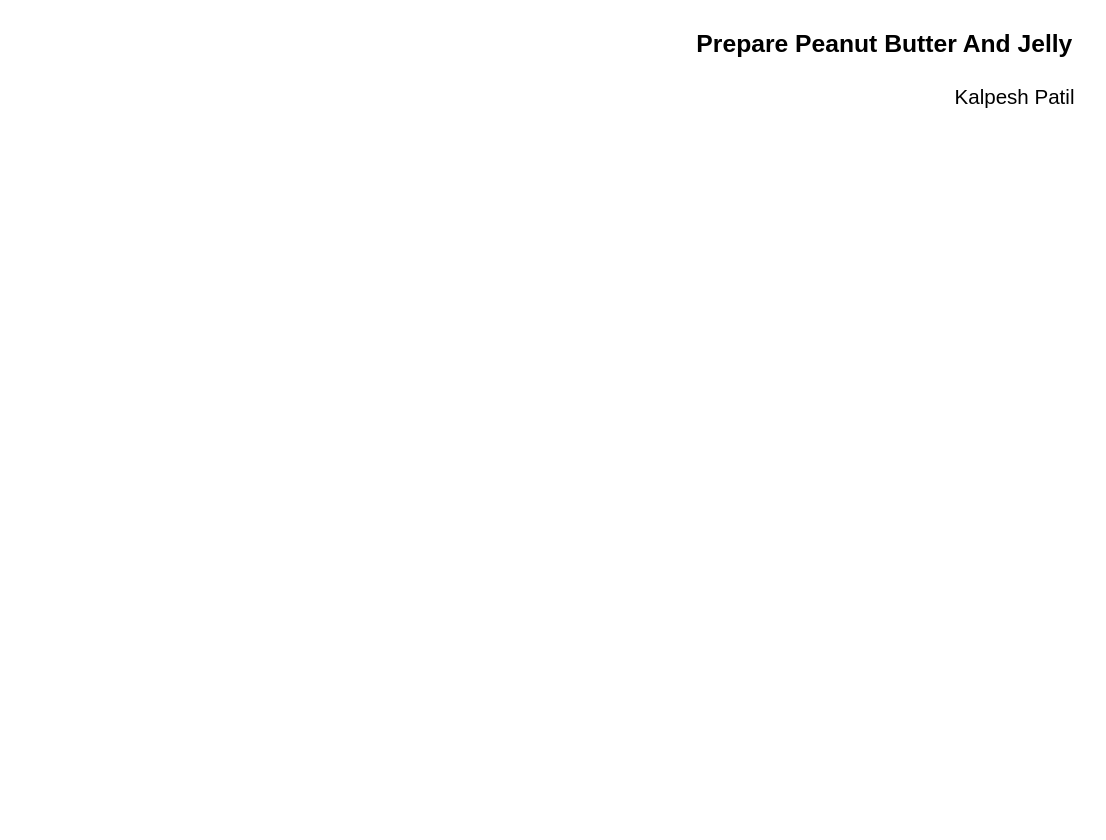
Earlier version of the draw.io diagram BAC1/PeanutCheese.drawio (planetkalpesh/ProcessMapping). Source tidied: cells renumbered, new cells numbered last; positions are measured from the earlier drawing's top-left corner, leaving out a move shared by most shapes. Both pictures are drawn from the tidied source at 137%, with x=0, y=0 at pixel (685, 23).
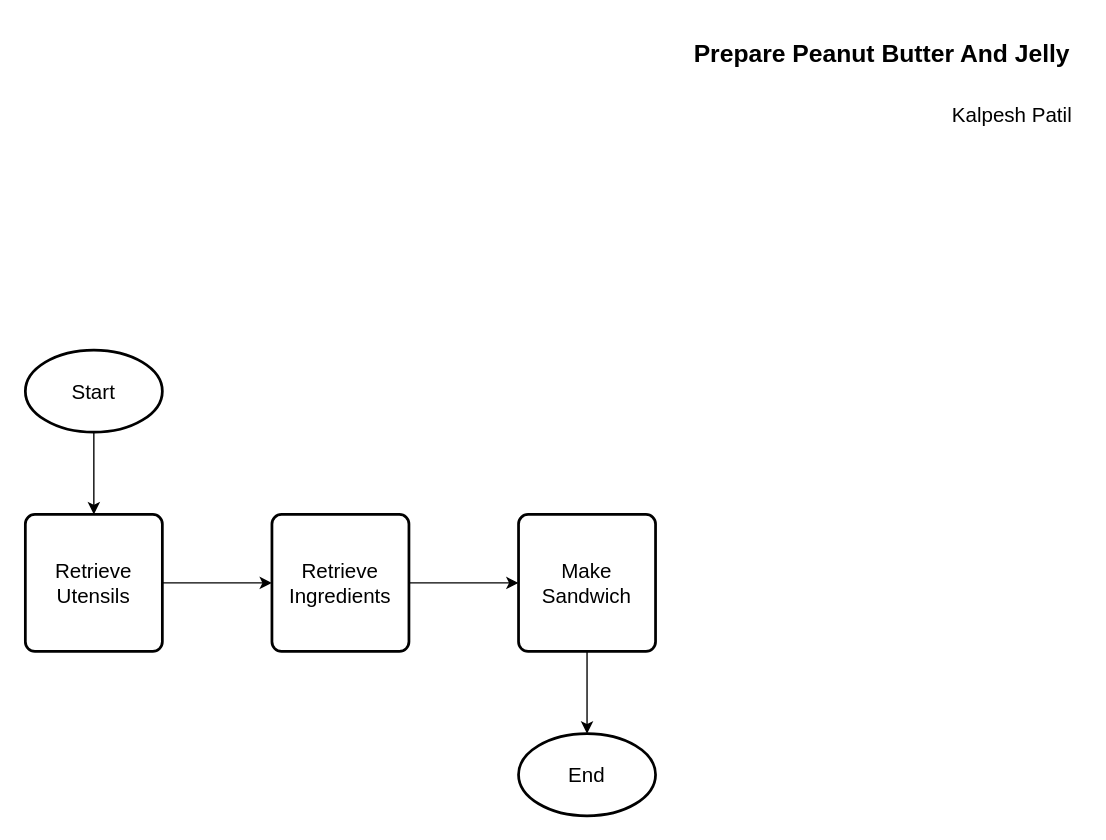
After the change.

The edit, as a diff of the source:
```diff
@@
 <mxGraphModel>
   <root>
     <mxCell id="0" />
     <mxCell id="1" parent="0" />
     <mxCell id="2" value="Prepare Peanut Butter And Jelly" style="text;html=1;align=center;verticalAlign=middle;fontSize=18;fontStyle=1;" parent="1" vertex="1">
-      <mxGeometry width="290" height="30" as="geometry" />
+      <mxGeometry x="-2" y="7" width="290" height="30" as="geometry" />
     </mxCell>
     <mxCell id="3" value="Kalpesh Patil" style="text;html=1;align=center;verticalAlign=middle;fontSize=15;" parent="1" vertex="1">
-      <mxGeometry x="190" y="43" width="100" height="20" as="geometry" />
+      <mxGeometry x="188" y="56" width="100" height="20" as="geometry" />
     </mxCell>
+    <mxCell id="4" style="edgeStyle=orthogonalEdgeStyle;rounded=0;jettySize=auto;html=1;fontSize=15;" parent="1" edge="1" source="5" target="7">
+      <mxGeometry relative="1" as="geometry" />
+    </mxCell>
+    <mxCell id="5" value="Start" style="strokeWidth=2;html=1;shape=mxgraph.flowchart.start_1;whiteSpace=wrap;fontSize=15;" parent="1" vertex="1">
+      <mxGeometry x="-482" y="238" width="100" height="60" as="geometry" />
+    </mxCell>
+    <mxCell id="6" style="edgeStyle=orthogonalEdgeStyle;rounded=0;jettySize=auto;html=1;fontSize=15;" parent="1" edge="1" source="7" target="9">
+      <mxGeometry relative="1" as="geometry" />
+    </mxCell>
+    <mxCell id="7" value="Retrieve Utensils" style="rounded=1;whiteSpace=wrap;html=1;absoluteArcSize=1;arcSize=14;strokeWidth=2;fontSize=15;" parent="1" vertex="1">
+      <mxGeometry x="-482" y="358" width="100" height="100" as="geometry" />
+    </mxCell>
+    <mxCell id="8" style="edgeStyle=orthogonalEdgeStyle;rounded=0;jettySize=auto;html=1;fontSize=15;" parent="1" edge="1" source="9" target="11">
+      <mxGeometry relative="1" as="geometry" />
+    </mxCell>
+    <mxCell id="9" value="Retrieve Ingredients" style="rounded=1;whiteSpace=wrap;html=1;absoluteArcSize=1;arcSize=14;strokeWidth=2;fontSize=15;" parent="1" vertex="1">
+      <mxGeometry x="-302" y="358" width="100" height="100" as="geometry" />
+    </mxCell>
+    <mxCell id="10" style="edgeStyle=orthogonalEdgeStyle;rounded=0;jettySize=auto;html=1;fontSize=15;" parent="1" edge="1" source="11" target="12">
+      <mxGeometry relative="1" as="geometry" />
+    </mxCell>
+    <mxCell id="11" value="Make Sandwich" style="rounded=1;whiteSpace=wrap;html=1;absoluteArcSize=1;arcSize=14;strokeWidth=2;fontSize=15;" parent="1" vertex="1">
+      <mxGeometry x="-122" y="358" width="100" height="100" as="geometry" />
+    </mxCell>
+    <mxCell id="12" value="End" style="strokeWidth=2;html=1;shape=mxgraph.flowchart.start_1;whiteSpace=wrap;fontSize=15;" parent="1" vertex="1">
+      <mxGeometry x="-122" y="518" width="100" height="60" as="geometry" />
+    </mxCell>
   </root>
 </mxGraphModel>
```
